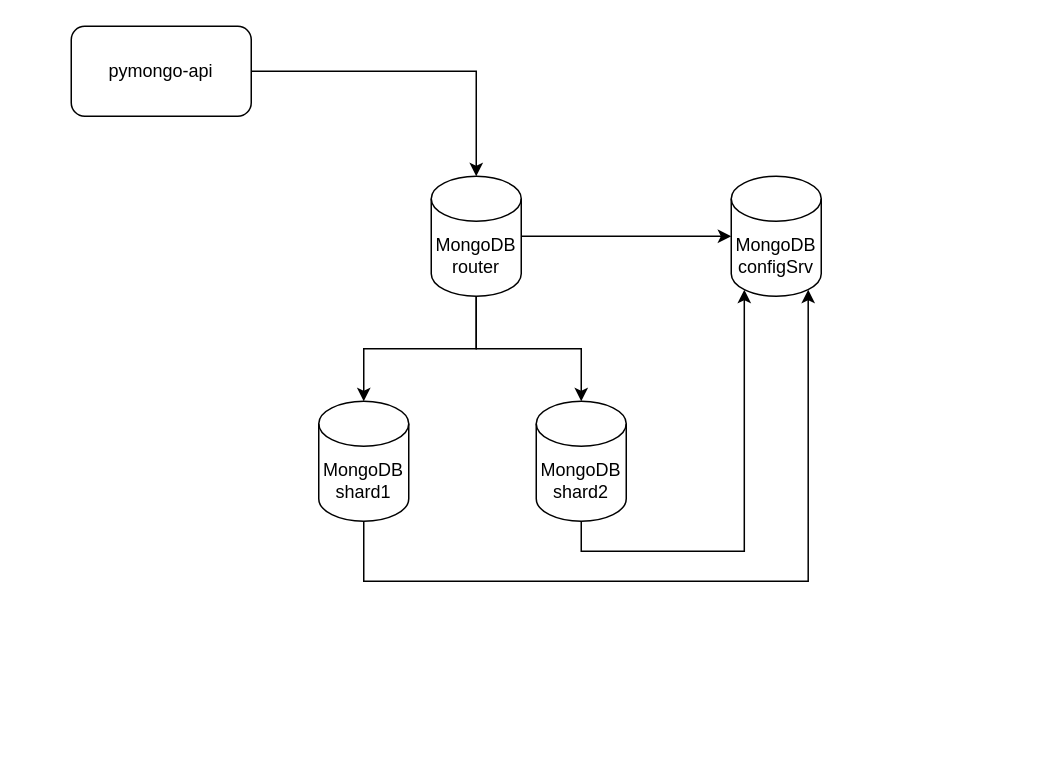
This is diagrams/task1.drawio from Alex009/architecture-sprint-2, a draw.io file, before an edit. Source tidied: cells renumbered, new cells numbered last; positions are measured from the earlier drawing's top-left corner, leaving out a move shared by most shapes. Both pictures are drawn from the tidied source at 150%, with x=0, y=0 at pixel (70, 26).
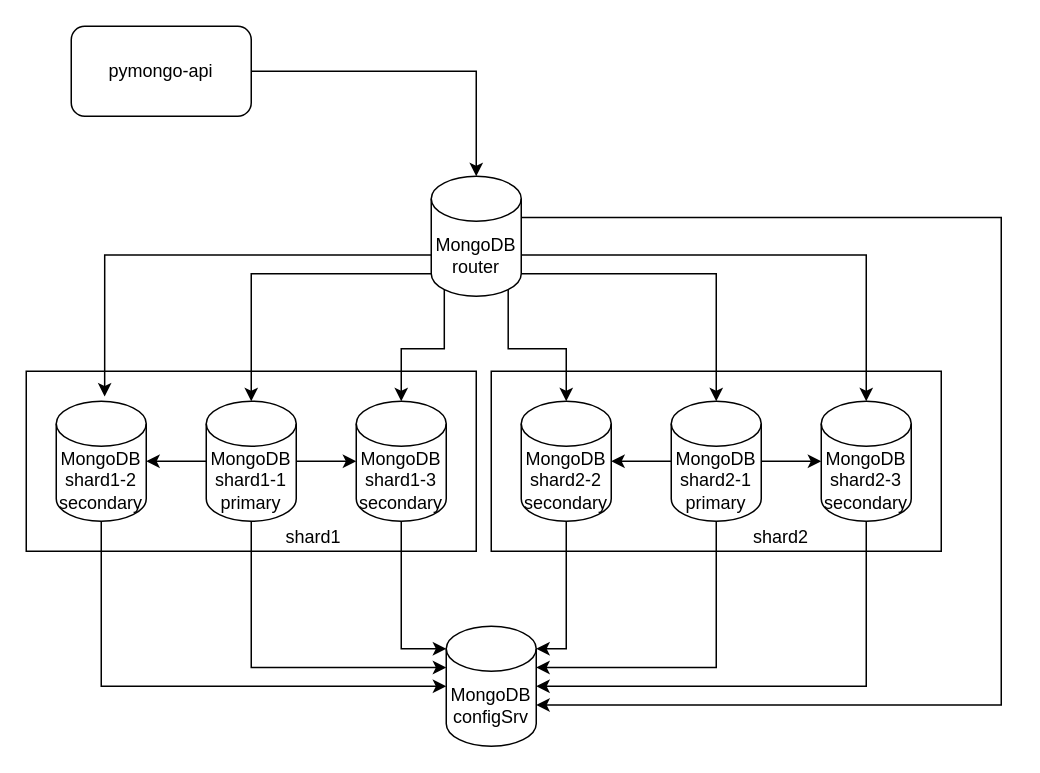
The same page after the edit.

The change refers to these unchanged cells:
```xml
<mxCell id="6" value="MongoDB&lt;br&gt;router" style="shape=cylinder3;whiteSpace=wrap;html=1;boundedLbl=1;backgroundOutline=1;size=15;" parent="1" vertex="1">
  <mxGeometry x="240" y="100" width="60" height="80" as="geometry" />
</mxCell>
```

Change to the diagram source:
```diff
@@
+    <mxCell id="13" style="group;" parent="1" vertex="1">
+      <mxGeometry x="280" y="230" width="300" height="120" as="geometry" />
+    </mxCell>
+    <mxCell id="14" value="&lt;br&gt;&lt;br&gt;&lt;br&gt;&lt;br&gt;&lt;br&gt;&lt;br&gt;&lt;br&gt;&amp;nbsp; &amp;nbsp; &amp;nbsp; &amp;nbsp; &amp;nbsp; &amp;nbsp; &amp;nbsp; &amp;nbsp; &amp;nbsp; &amp;nbsp; &amp;nbsp; &amp;nbsp; &amp;nbsp; shard2" style="rounded=0;whiteSpace=wrap;html=1;" parent="13" vertex="1">
+      <mxGeometry width="300" height="120" as="geometry" />
+    </mxCell>
+    <mxCell id="5" value="MongoDB&lt;br&gt;shard2-1&lt;br&gt;primary" style="shape=cylinder3;whiteSpace=wrap;html=1;boundedLbl=1;backgroundOutline=1;size=15;" parent="13" vertex="1">
+      <mxGeometry x="120" y="20" width="60" height="80" as="geometry" />
+    </mxCell>
+    <mxCell id="15" value="MongoDB&lt;br&gt;shard2-2&lt;br&gt;secondary" style="shape=cylinder3;whiteSpace=wrap;html=1;boundedLbl=1;backgroundOutline=1;size=15;" parent="13" vertex="1">
+      <mxGeometry x="20" y="20" width="60" height="80" as="geometry" />
+    </mxCell>
+    <mxCell id="16" value="MongoDB&lt;br&gt;shard2-3&lt;br&gt;secondary" style="shape=cylinder3;whiteSpace=wrap;html=1;boundedLbl=1;backgroundOutline=1;size=15;" parent="13" vertex="1">
+      <mxGeometry x="220" y="20" width="60" height="80" as="geometry" />
+    </mxCell>
+    <mxCell id="17" style="edgeStyle=orthogonalEdgeStyle;rounded=0;jettySize=auto;html=1;exitX=0;exitY=0.5;exitDx=0;exitDy=0;exitPerimeter=0;entryX=1;entryY=0.5;entryDx=0;entryDy=0;entryPerimeter=0;" parent="13" edge="1" source="5" target="15">
+      <mxGeometry relative="1" as="geometry" />
+    </mxCell>
+    <mxCell id="18" style="edgeStyle=orthogonalEdgeStyle;rounded=0;jettySize=auto;html=1;exitX=1;exitY=0.5;exitDx=0;exitDy=0;exitPerimeter=0;entryX=0;entryY=0.5;entryDx=0;entryDy=0;entryPerimeter=0;" parent="13" edge="1" source="5" target="16">
+      <mxGeometry relative="1" as="geometry" />
+    </mxCell>
+    <mxCell id="19" style="group;" parent="1" vertex="1">
+      <mxGeometry x="-30" y="230" width="300" height="120" as="geometry" />
+    </mxCell>
+    <mxCell id="20" value="&lt;br&gt;&lt;br&gt;&lt;br&gt;&lt;br&gt;&lt;br&gt;&lt;br&gt;&lt;br&gt;&amp;nbsp; &amp;nbsp; &amp;nbsp; &amp;nbsp; &amp;nbsp; &amp;nbsp; &amp;nbsp; &amp;nbsp; &amp;nbsp; &amp;nbsp; &amp;nbsp; &amp;nbsp; &amp;nbsp;shard1" style="rounded=0;whiteSpace=wrap;html=1;" parent="19" vertex="1">
+      <mxGeometry width="300" height="120" as="geometry" />
+    </mxCell>
+    <mxCell id="4" value="MongoDB&lt;br&gt;shard1-1&lt;br&gt;primary" style="shape=cylinder3;whiteSpace=wrap;html=1;boundedLbl=1;backgroundOutline=1;size=15;" parent="19" vertex="1">
+      <mxGeometry x="120" y="20" width="60" height="80" as="geometry" />
+    </mxCell>
+    <mxCell id="21" value="MongoDB&lt;br&gt;shard1-2&lt;br&gt;secondary" style="shape=cylinder3;whiteSpace=wrap;html=1;boundedLbl=1;backgroundOutline=1;size=15;" parent="19" vertex="1">
+      <mxGeometry x="20" y="20" width="60" height="80" as="geometry" />
+    </mxCell>
+    <mxCell id="22" value="MongoDB&lt;br&gt;shard1-3&lt;br&gt;secondary" style="shape=cylinder3;whiteSpace=wrap;html=1;boundedLbl=1;backgroundOutline=1;size=15;" parent="19" vertex="1">
+      <mxGeometry x="220" y="20" width="60" height="80" as="geometry" />
+    </mxCell>
+    <mxCell id="23" style="edgeStyle=orthogonalEdgeStyle;rounded=0;jettySize=auto;html=1;exitX=0;exitY=0.5;exitDx=0;exitDy=0;exitPerimeter=0;entryX=1;entryY=0.5;entryDx=0;entryDy=0;entryPerimeter=0;" parent="19" edge="1" source="4" target="21">
+      <mxGeometry relative="1" as="geometry" />
+    </mxCell>
+    <mxCell id="24" style="edgeStyle=orthogonalEdgeStyle;rounded=0;jettySize=auto;html=1;exitX=1;exitY=0.5;exitDx=0;exitDy=0;exitPerimeter=0;entryX=0;entryY=0.5;entryDx=0;entryDy=0;entryPerimeter=0;" parent="19" edge="1" source="4" target="22">
+      <mxGeometry relative="1" as="geometry" />
+    </mxCell>
@@
-    <mxCell id="4" value="MongoDB&lt;br&gt;shard1" style="shape=cylinder3;whiteSpace=wrap;html=1;boundedLbl=1;backgroundOutline=1;size=15;" parent="1" vertex="1">
-      <mxGeometry x="165" y="250" width="60" height="80" as="geometry" />
-    </mxCell>
-    <mxCell id="5" value="MongoDB&lt;br&gt;shard2" style="shape=cylinder3;whiteSpace=wrap;html=1;boundedLbl=1;backgroundOutline=1;size=15;" parent="1" vertex="1">
-      <mxGeometry x="310" y="250" width="60" height="80" as="geometry" />
-    </mxCell>
@@
     <mxCell id="7" value="MongoDB&lt;br&gt;configSrv" style="shape=cylinder3;whiteSpace=wrap;html=1;boundedLbl=1;backgroundOutline=1;size=15;" parent="1" vertex="1">
-      <mxGeometry x="440" y="100" width="60" height="80" as="geometry" />
+      <mxGeometry x="250" y="400" width="60" height="80" as="geometry" />
     </mxCell>
-    <mxCell id="8" style="edgeStyle=orthogonalEdgeStyle;rounded=0;jettySize=auto;html=1;exitX=0.5;exitY=1;exitDx=0;exitDy=0;exitPerimeter=0;entryX=0.5;entryY=0;entryDx=0;entryDy=0;entryPerimeter=0;" parent="1" edge="1" source="6" target="4">
+    <mxCell id="8" style="edgeStyle=orthogonalEdgeStyle;rounded=0;jettySize=auto;html=1;exitX=0;exitY=1;exitDx=0;exitDy=-15;exitPerimeter=0;entryX=0.5;entryY=0;entryDx=0;entryDy=0;entryPerimeter=0;" parent="1" edge="1" source="6" target="4">
       <mxGeometry relative="1" as="geometry" />
     </mxCell>
-    <mxCell id="9" style="edgeStyle=orthogonalEdgeStyle;rounded=0;jettySize=auto;html=1;exitX=0.5;exitY=1;exitDx=0;exitDy=0;exitPerimeter=0;entryX=0.5;entryY=0;entryDx=0;entryDy=0;entryPerimeter=0;" parent="1" edge="1" source="6" target="5">
+    <mxCell id="9" style="edgeStyle=orthogonalEdgeStyle;rounded=0;jettySize=auto;html=1;exitX=1;exitY=1;exitDx=0;exitDy=-15;exitPerimeter=0;entryX=0.5;entryY=0;entryDx=0;entryDy=0;entryPerimeter=0;" parent="1" edge="1" source="6" target="5">
       <mxGeometry relative="1" as="geometry" />
     </mxCell>
+    <mxCell id="25" style="edgeStyle=orthogonalEdgeStyle;rounded=0;jettySize=auto;html=1;exitX=0;exitY=0;exitDx=0;exitDy=52.5;exitPerimeter=0;entryX=0.538;entryY=-0.039;entryDx=0;entryDy=0;entryPerimeter=0;" parent="1" edge="1" source="6" target="21">
+      <mxGeometry relative="1" as="geometry" />
+    </mxCell>
+    <mxCell id="26" style="edgeStyle=orthogonalEdgeStyle;rounded=0;jettySize=auto;html=1;exitX=0.145;exitY=1;exitDx=0;exitDy=-4.35;exitPerimeter=0;entryX=0.5;entryY=0;entryDx=0;entryDy=0;entryPerimeter=0;" parent="1" edge="1" source="6" target="22">
+      <mxGeometry relative="1" as="geometry" />
+    </mxCell>
+    <mxCell id="27" style="edgeStyle=orthogonalEdgeStyle;rounded=0;jettySize=auto;html=1;exitX=0.855;exitY=1;exitDx=0;exitDy=-4.35;exitPerimeter=0;entryX=0.5;entryY=0;entryDx=0;entryDy=0;entryPerimeter=0;" parent="1" edge="1" source="6" target="15">
+      <mxGeometry relative="1" as="geometry" />
+    </mxCell>
+    <mxCell id="28" style="edgeStyle=orthogonalEdgeStyle;rounded=0;jettySize=auto;html=1;exitX=1;exitY=0;exitDx=0;exitDy=52.5;exitPerimeter=0;entryX=0.5;entryY=0;entryDx=0;entryDy=0;entryPerimeter=0;" parent="1" edge="1" source="6" target="16">
+      <mxGeometry relative="1" as="geometry" />
+    </mxCell>
+    <mxCell id="29" style="edgeStyle=orthogonalEdgeStyle;rounded=0;jettySize=auto;html=1;exitX=0.5;exitY=1;exitDx=0;exitDy=0;exitPerimeter=0;entryX=1;entryY=0.5;entryDx=0;entryDy=0;entryPerimeter=0;" parent="1" edge="1" source="16" target="7">
+      <mxGeometry relative="1" as="geometry" />
+    </mxCell>
+    <mxCell id="11" style="edgeStyle=orthogonalEdgeStyle;rounded=0;jettySize=auto;html=1;exitX=0.5;exitY=1;exitDx=0;exitDy=0;exitPerimeter=0;entryX=1;entryY=0;entryDx=0;entryDy=27.5;entryPerimeter=0;" parent="1" edge="1" source="5" target="7">
+      <mxGeometry relative="1" as="geometry" />
+    </mxCell>
+    <mxCell id="30" style="edgeStyle=orthogonalEdgeStyle;rounded=0;jettySize=auto;html=1;exitX=0.5;exitY=1;exitDx=0;exitDy=0;exitPerimeter=0;entryX=1;entryY=0;entryDx=0;entryDy=15;entryPerimeter=0;" parent="1" edge="1" source="15" target="7">
+      <mxGeometry relative="1" as="geometry" />
+    </mxCell>
+    <mxCell id="31" style="edgeStyle=orthogonalEdgeStyle;rounded=0;jettySize=auto;html=1;exitX=0.5;exitY=1;exitDx=0;exitDy=0;exitPerimeter=0;entryX=0;entryY=0;entryDx=0;entryDy=15;entryPerimeter=0;" parent="1" edge="1" source="22" target="7">
+      <mxGeometry relative="1" as="geometry" />
+    </mxCell>
+    <mxCell id="12" style="edgeStyle=orthogonalEdgeStyle;rounded=0;jettySize=auto;html=1;exitX=0.5;exitY=1;exitDx=0;exitDy=0;exitPerimeter=0;entryX=0;entryY=0;entryDx=0;entryDy=27.5;entryPerimeter=0;" parent="1" edge="1" source="4" target="7">
+      <mxGeometry relative="1" as="geometry" />
+    </mxCell>
+    <mxCell id="32" style="edgeStyle=orthogonalEdgeStyle;rounded=0;jettySize=auto;html=1;exitX=0.5;exitY=1;exitDx=0;exitDy=0;exitPerimeter=0;entryX=0;entryY=0.5;entryDx=0;entryDy=0;entryPerimeter=0;" parent="1" edge="1" source="21" target="7">
+      <mxGeometry relative="1" as="geometry" />
+    </mxCell>
-    <mxCell id="10" style="edgeStyle=orthogonalEdgeStyle;rounded=0;jettySize=auto;html=1;exitX=1;exitY=0.5;exitDx=0;exitDy=0;exitPerimeter=0;entryX=0;entryY=0.5;entryDx=0;entryDy=0;entryPerimeter=0;" parent="1" edge="1" source="6" target="7">
-      <mxGeometry relative="1" as="geometry" />
+    <mxCell id="10" style="edgeStyle=orthogonalEdgeStyle;rounded=0;jettySize=auto;html=1;exitX=1;exitY=0;exitDx=0;exitDy=27.5;exitPerimeter=0;entryX=1;entryY=0;entryDx=0;entryDy=52.5;entryPerimeter=0;" parent="1" edge="1" source="6" target="7">
+      <mxGeometry relative="1" as="geometry">
+        <Array as="points">
+          <mxPoint x="620" y="128" />
+          <mxPoint x="620" y="453" />
+        </Array>
+      </mxGeometry>
     </mxCell>
-    <mxCell id="11" style="edgeStyle=orthogonalEdgeStyle;rounded=0;jettySize=auto;html=1;exitX=0.5;exitY=1;exitDx=0;exitDy=0;exitPerimeter=0;entryX=0.145;entryY=1;entryDx=0;entryDy=-4.35;entryPerimeter=0;" parent="1" edge="1" source="5" target="7">
-      <mxGeometry relative="1" as="geometry" />
-    </mxCell>
-    <mxCell id="12" style="edgeStyle=orthogonalEdgeStyle;rounded=0;jettySize=auto;html=1;exitX=0.5;exitY=1;exitDx=0;exitDy=0;exitPerimeter=0;entryX=0.855;entryY=1;entryDx=0;entryDy=-4.35;entryPerimeter=0;" parent="1" edge="1" source="4" target="7">
-      <mxGeometry relative="1" as="geometry">
-        <Array as="points">
-          <mxPoint x="195" y="370" />
-          <mxPoint x="491" y="370" />
-        </Array>
-      </mxGeometry>
-    </mxCell>
```
